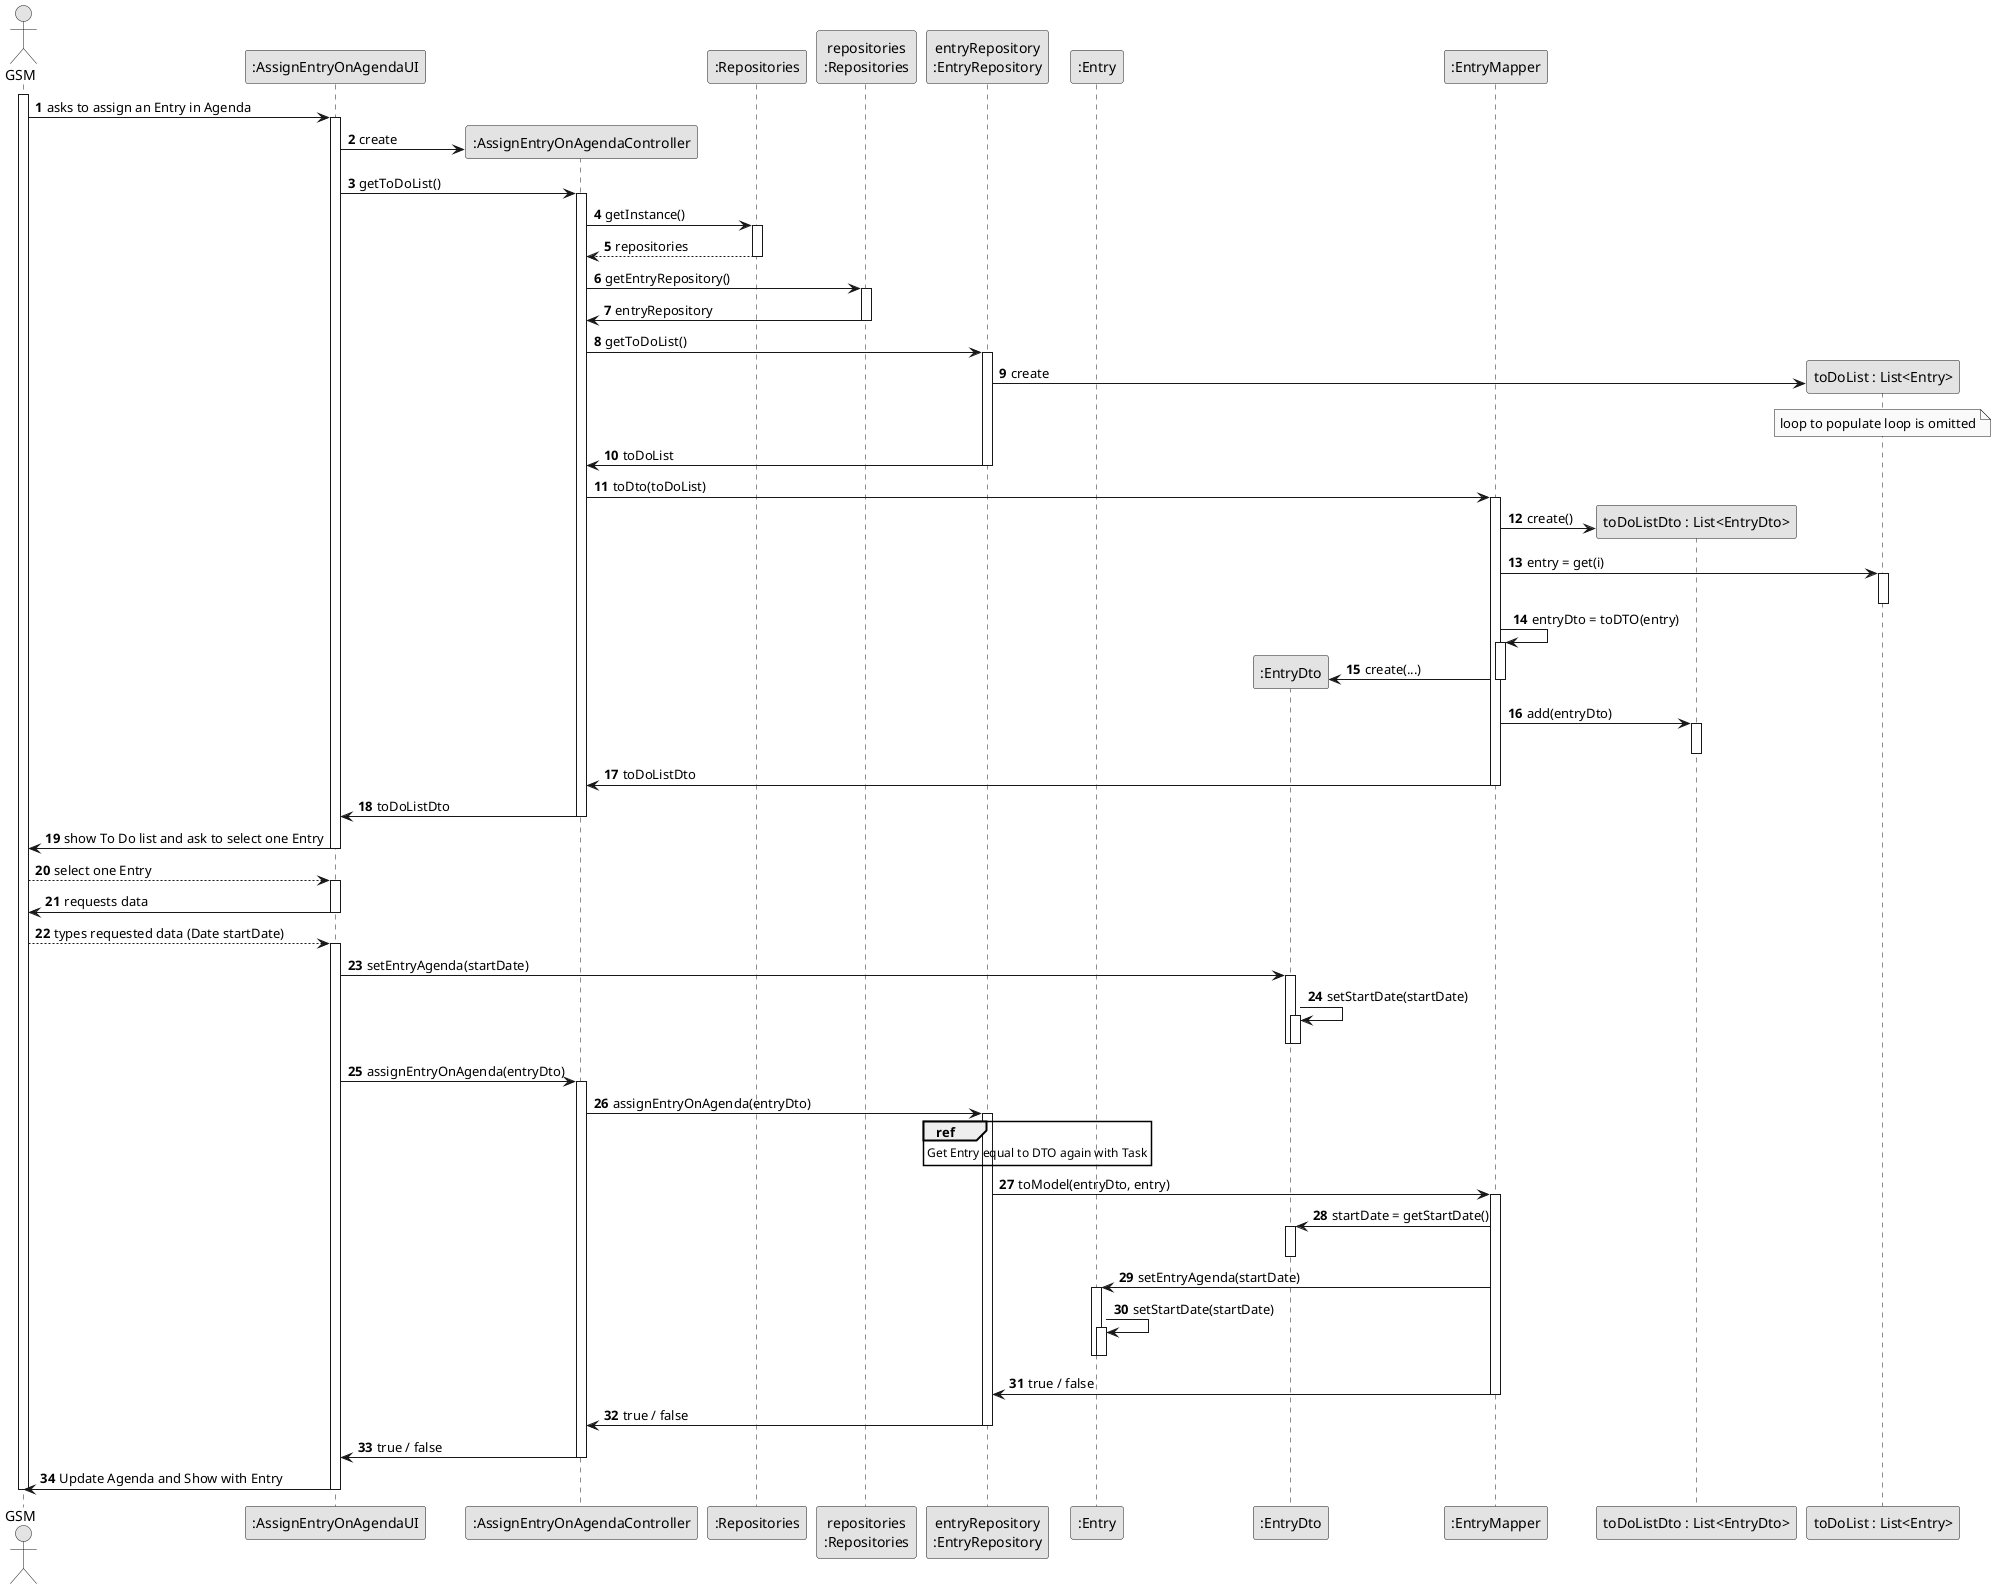
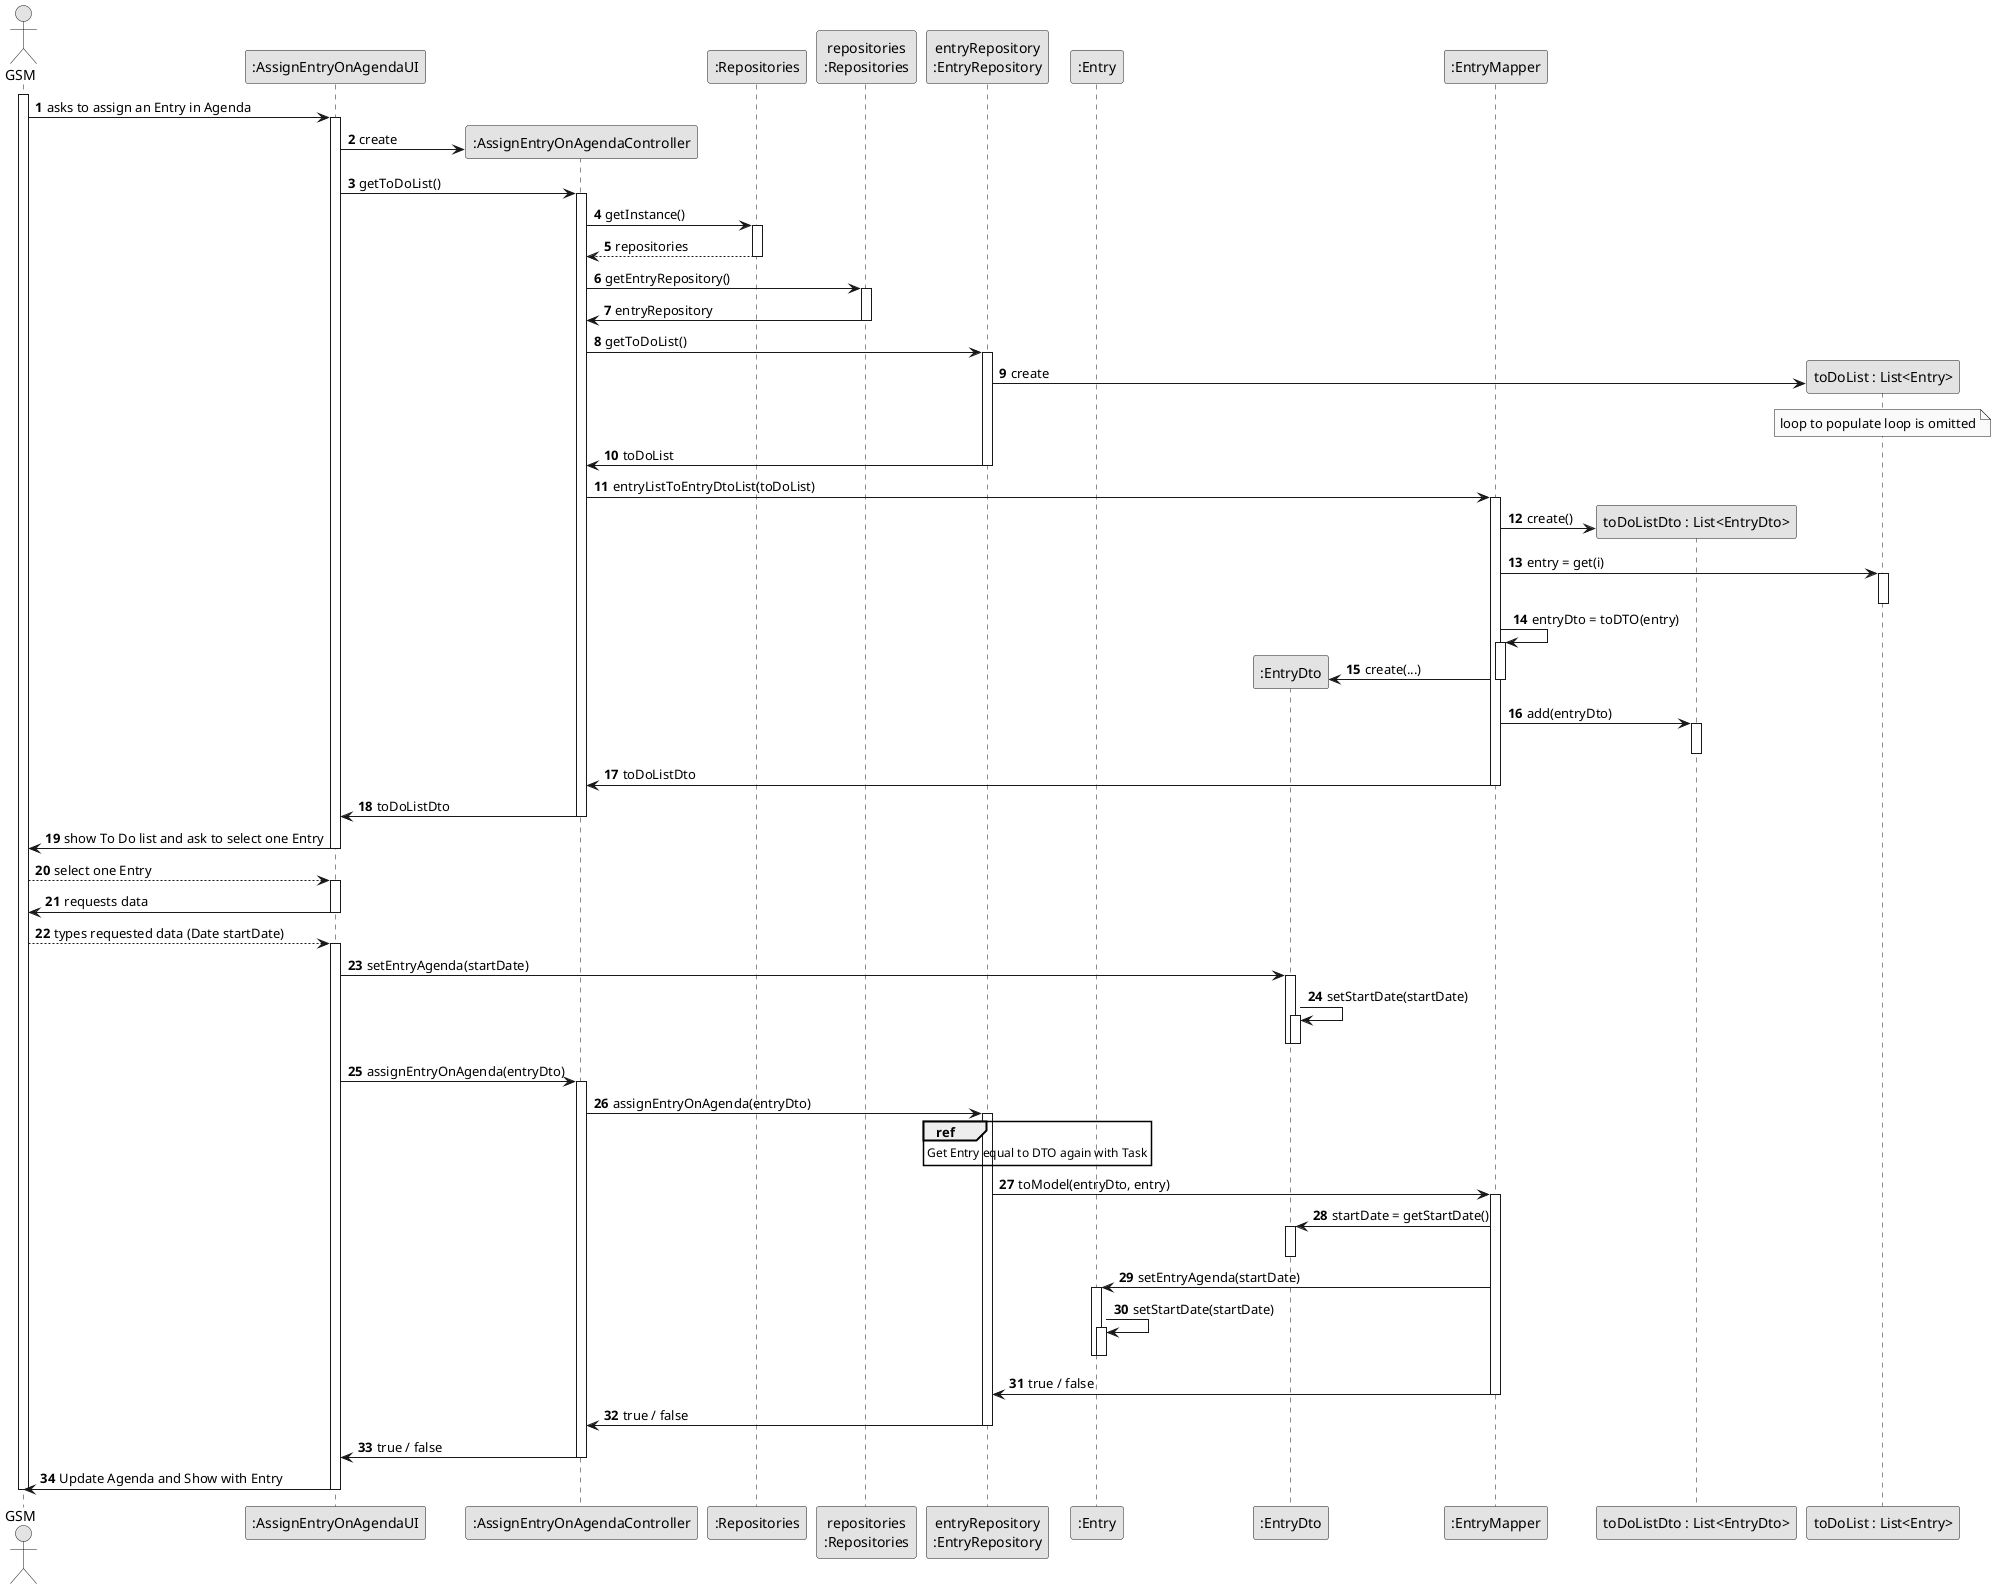
@startuml
skinparam monochrome true
skinparam packageStyle rectangle
skinparam shadowing false

autonumber

'hide footbox
actor "GSM" as GSM
participant ":AssignEntryOnAgendaUI" as UI
participant ":AssignEntryOnAgendaController" as CTRL
participant ":Repositories" as RepositorySingleton
participant "repositories\n:Repositories" as PLAT
participant "entryRepository\n:EntryRepository" as EntryRepository
participant ":Entry" as OBJ
participant ":EntryDto" as DTO
participant ":EntryMapper" as MAPPER
participant "toDoListDto : List<EntryDto>" as ListDTO
participant "toDoList : List<Entry>" as List


activate GSM

        GSM -> UI : asks to assign an Entry in Agenda

        activate UI

'            UI --> GSM : requests data (reference, description,  informal \n description, technical description, duration, cost)
            'create CTRL
            UI -> CTRL** : create

            UI -> CTRL : getToDoList()
            activate CTRL

             CTRL -> RepositorySingleton : getInstance()
                                        activate RepositorySingleton

                                            RepositorySingleton --> CTRL: repositories
                                        deactivate RepositorySingleton

                                        CTRL -> PLAT : getEntryRepository()
                                        activate PLAT

                                        PLAT -> CTRL : entryRepository
                                        deactivate PLAT

                                        CTRL -> EntryRepository : getToDoList()
                                        activate EntryRepository



                                        EntryRepository -> List** : create

                                        note over List : loop to populate loop is omitted



                                        EntryRepository -> CTRL : toDoList
                                        deactivate EntryRepository

-                                         CTRL -> MAPPER : toDto(toDoList)
+                                         CTRL -> MAPPER : entryListToEntryDtoList(toDoList)
                                        activate MAPPER

                                        MAPPER -> ListDTO** : create()

                                        MAPPER -> List : entry = get(i)
                                        activate List
                                        deactivate List

                                        MAPPER -> MAPPER : entryDto = toDTO(entry)
                                        activate MAPPER

                                        MAPPER -> DTO**  : create(...)
                                        deactivate MAPPER

                                        MAPPER -> ListDTO : add(entryDto)
                                        activate ListDTO
                                        deactivate ListDTO

                                        MAPPER -> CTRL : toDoListDto
                                        deactivate MAPPER

            CTRL -> UI : toDoListDto
            deactivate CTRL

            UI -> GSM : show To Do list and ask to select one Entry
            deactivate UI

            GSM --> UI : select one Entry
            activate UI

            UI -> GSM : requests data
            deactivate UI

            GSM --> UI : types requested data (Date startDate)
            activate UI

            UI -> DTO : setEntryAgenda(startDate)
            activate DTO
            DTO -> DTO : setStartDate(startDate)
            activate DTO
            deactivate DTO

            deactivate DTO


            UI -> CTRL : assignEntryOnAgenda(entryDto)
            activate CTRL

            CTRL -> EntryRepository : assignEntryOnAgenda(entryDto)
            activate EntryRepository

            ref over EntryRepository: Get Entry equal to DTO again with Task

            EntryRepository -> MAPPER : toModel(entryDto, entry)
            activate MAPPER

            MAPPER -> DTO : startDate = getStartDate()
            activate DTO
            deactivate DTO


            MAPPER -> OBJ : setEntryAgenda(startDate)
            activate OBJ
            OBJ -> OBJ : setStartDate(startDate)
            activate OBJ
            deactivate OBJ

            deactivate OBJ


            MAPPER -> EntryRepository : true / false
            deactivate MAPPER

            EntryRepository -> CTRL : true / false
            deactivate EntryRepository

            CTRL -> UI : true / false
            deactivate CTRL

    UI -> GSM : Update Agenda and Show with Entry
    deactivate UI

deactivate GSM

@enduml